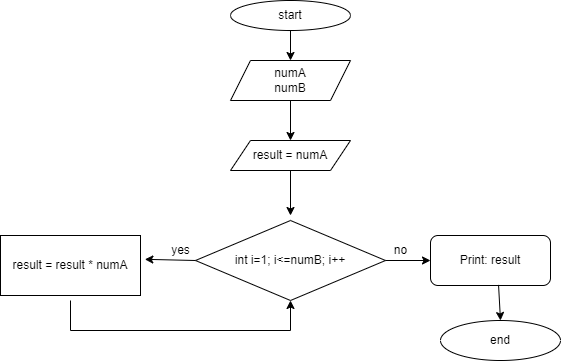
This is Task1/diagram.drawio.png from OksVella/Seminar4_tasks, a draw.io export, as it was before one commit. Source tidied: cells renumbered, new cells last; positions are measured from the earlier drawing's top-left corner, leaving out a move shared by most shapes. The source it was exported from:
```xml
<mxGraphModel>
  <root>
    <mxCell id="0" />
    <mxCell id="1" parent="0" />
    <mxCell id="2" value="start" style="ellipse;whiteSpace=wrap;html=1;" parent="1" vertex="1">
      <mxGeometry x="230" width="120" height="30" as="geometry" />
    </mxCell>
    <mxCell id="3" value="numA&lt;br&gt;numB" style="shape=parallelogram;perimeter=parallelogramPerimeter;whiteSpace=wrap;html=1;fixedSize=1;" parent="1" vertex="1">
      <mxGeometry x="230" y="60" width="120" height="40" as="geometry" />
    </mxCell>
    <mxCell id="4" style="edgeStyle=none;html=1;" parent="1" edge="1" source="5">
      <mxGeometry relative="1" as="geometry">
        <mxPoint x="290" y="215" as="targetPoint" />
      </mxGeometry>
    </mxCell>
    <mxCell id="5" value="result = numA" style="shape=parallelogram;perimeter=parallelogramPerimeter;whiteSpace=wrap;html=1;fixedSize=1;" parent="1" vertex="1">
      <mxGeometry x="230" y="140" width="120" height="30" as="geometry" />
    </mxCell>
    <mxCell id="6" value="int i=1; i&amp;lt;=numB; i++" style="rhombus;whiteSpace=wrap;html=1;" parent="1" vertex="1">
      <mxGeometry x="195" y="220" width="190" height="80" as="geometry" />
    </mxCell>
    <mxCell id="7" value="Print: result" style="rounded=1;whiteSpace=wrap;html=1;" parent="1" vertex="1">
      <mxGeometry x="430" y="235" width="120" height="50" as="geometry" />
    </mxCell>
    <mxCell id="8" value="result = result * numA" style="rounded=0;whiteSpace=wrap;html=1;" parent="1" vertex="1">
      <mxGeometry y="235" width="140" height="60" as="geometry" />
    </mxCell>
    <mxCell id="9" value="end" style="ellipse;whiteSpace=wrap;html=1;" parent="1" vertex="1">
      <mxGeometry x="440" y="320" width="120" height="40" as="geometry" />
    </mxCell>
    <mxCell id="10" style="endArrow=classic;html=1;entryX=0.5;entryY=0;entryDx=0;entryDy=0;" parent="1" edge="1" source="2" target="3">
      <mxGeometry relative="1" as="geometry" />
    </mxCell>
    <mxCell id="11" style="endArrow=classic;html=1;exitX=0.5;exitY=1;exitDx=0;exitDy=0;entryX=0.5;entryY=0;entryDx=0;entryDy=0;" parent="1" edge="1" source="3" target="5">
      <mxGeometry relative="1" as="geometry" />
    </mxCell>
    <mxCell id="12" style="endArrow=classic;html=1;exitX=1;exitY=0.5;exitDx=0;exitDy=0;entryX=0;entryY=0.5;entryDx=0;entryDy=0;" parent="1" edge="1" source="6" target="7">
      <mxGeometry relative="1" as="geometry" />
    </mxCell>
    <mxCell id="13" style="endArrow=classic;html=1;entryX=1.031;entryY=0.397;entryDx=0;entryDy=0;exitX=0;exitY=0.5;exitDx=0;exitDy=0;entryPerimeter=0;" parent="1" edge="1" source="6" target="8">
      <mxGeometry relative="1" as="geometry" />
    </mxCell>
    <mxCell id="14" value="no" style="text;html=1;align=center;verticalAlign=middle;strokeColor=none;fillColor=none;" parent="1" vertex="1">
      <mxGeometry x="385" y="240" width="30" height="20" as="geometry" />
    </mxCell>
    <mxCell id="15" value="yes" style="text;html=1;align=center;verticalAlign=middle;strokeColor=none;fillColor=none;" parent="1" vertex="1">
      <mxGeometry x="165" y="240" width="30" height="20" as="geometry" />
    </mxCell>
    <mxCell id="16" style="endArrow=none;html=1;" parent="1" edge="1">
      <mxGeometry relative="1" as="geometry">
        <mxPoint x="70" y="300" as="sourcePoint" />
        <mxPoint x="70" y="330" as="targetPoint" />
      </mxGeometry>
    </mxCell>
    <mxCell id="17" style="endArrow=classic;html=1;" parent="1" edge="1" target="6">
      <mxGeometry relative="1" as="geometry">
        <mxPoint x="290" y="330" as="sourcePoint" />
      </mxGeometry>
    </mxCell>
    <mxCell id="18" style="endArrow=classic;html=1;exitX=0.567;exitY=0.988;exitDx=0;exitDy=0;entryX=0.5;entryY=0;entryDx=0;entryDy=0;exitPerimeter=0;" parent="1" edge="1" source="7" target="9">
      <mxGeometry relative="1" as="geometry" />
    </mxCell>
    <mxCell id="19" style="endArrow=none;html=1;" parent="1" edge="1">
      <mxGeometry relative="1" as="geometry">
        <mxPoint x="70" y="330" as="sourcePoint" />
        <mxPoint x="290" y="330" as="targetPoint" />
      </mxGeometry>
    </mxCell>
  </root>
</mxGraphModel>
```
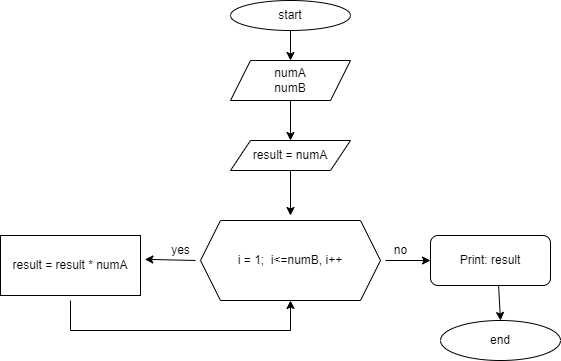
Above is the later version.

Change to the diagram source:
```diff
@@ -16,9 +16,6 @@
     <mxCell id="5" value="result = numA" style="shape=parallelogram;perimeter=parallelogramPerimeter;whiteSpace=wrap;html=1;fixedSize=1;" parent="1" vertex="1">
       <mxGeometry x="230" y="140" width="120" height="30" as="geometry" />
     </mxCell>
-    <mxCell id="6" value="int i=1; i&amp;lt;=numB; i++" style="rhombus;whiteSpace=wrap;html=1;" parent="1" vertex="1">
-      <mxGeometry x="195" y="220" width="190" height="80" as="geometry" />
-    </mxCell>
     <mxCell id="7" value="Print: result" style="rounded=1;whiteSpace=wrap;html=1;" parent="1" vertex="1">
       <mxGeometry x="430" y="235" width="120" height="50" as="geometry" />
     </mxCell>
@@ -34,11 +31,15 @@
     <mxCell id="11" style="endArrow=classic;html=1;exitX=0.5;exitY=1;exitDx=0;exitDy=0;entryX=0.5;entryY=0;entryDx=0;entryDy=0;" parent="1" edge="1" source="3" target="5">
       <mxGeometry relative="1" as="geometry" />
     </mxCell>
-    <mxCell id="12" style="endArrow=classic;html=1;exitX=1;exitY=0.5;exitDx=0;exitDy=0;entryX=0;entryY=0.5;entryDx=0;entryDy=0;" parent="1" edge="1" source="6" target="7">
-      <mxGeometry relative="1" as="geometry" />
+    <mxCell id="12" style="endArrow=classic;html=1;exitX=1;exitY=0.5;exitDx=0;exitDy=0;entryX=0;entryY=0.5;entryDx=0;entryDy=0;" parent="1" edge="1" target="7">
+      <mxGeometry relative="1" as="geometry">
+        <mxPoint x="385" y="260" as="sourcePoint" />
+      </mxGeometry>
     </mxCell>
-    <mxCell id="13" style="endArrow=classic;html=1;entryX=1.031;entryY=0.397;entryDx=0;entryDy=0;exitX=0;exitY=0.5;exitDx=0;exitDy=0;entryPerimeter=0;" parent="1" edge="1" source="6" target="8">
-      <mxGeometry relative="1" as="geometry" />
+    <mxCell id="13" style="endArrow=classic;html=1;entryX=1.031;entryY=0.397;entryDx=0;entryDy=0;exitX=0;exitY=0.5;exitDx=0;exitDy=0;entryPerimeter=0;" parent="1" edge="1" target="8">
+      <mxGeometry relative="1" as="geometry">
+        <mxPoint x="195" y="260" as="sourcePoint" />
+      </mxGeometry>
     </mxCell>
     <mxCell id="14" value="no" style="text;html=1;align=center;verticalAlign=middle;strokeColor=none;fillColor=none;" parent="1" vertex="1">
       <mxGeometry x="385" y="240" width="30" height="20" as="geometry" />
@@ -52,9 +53,10 @@
         <mxPoint x="70" y="330" as="targetPoint" />
       </mxGeometry>
     </mxCell>
-    <mxCell id="17" style="endArrow=classic;html=1;" parent="1" edge="1" target="6">
+    <mxCell id="17" style="endArrow=classic;html=1;" parent="1" edge="1">
       <mxGeometry relative="1" as="geometry">
         <mxPoint x="290" y="330" as="sourcePoint" />
+        <mxPoint x="290" y="300" as="targetPoint" />
       </mxGeometry>
     </mxCell>
     <mxCell id="18" style="endArrow=classic;html=1;exitX=0.567;exitY=0.988;exitDx=0;exitDy=0;entryX=0.5;entryY=0;entryDx=0;entryDy=0;exitPerimeter=0;" parent="1" edge="1" source="7" target="9">
@@ -66,5 +68,8 @@
         <mxPoint x="290" y="330" as="targetPoint" />
       </mxGeometry>
     </mxCell>
+    <mxCell id="20" value="i = 1;&amp;nbsp; i&amp;lt;=numB, i++" style="shape=hexagon;perimeter=hexagonPerimeter2;whiteSpace=wrap;html=1;fixedSize=1;" parent="1" vertex="1">
+      <mxGeometry x="200" y="220" width="180" height="80" as="geometry" />
+    </mxCell>
   </root>
 </mxGraphModel>
```
